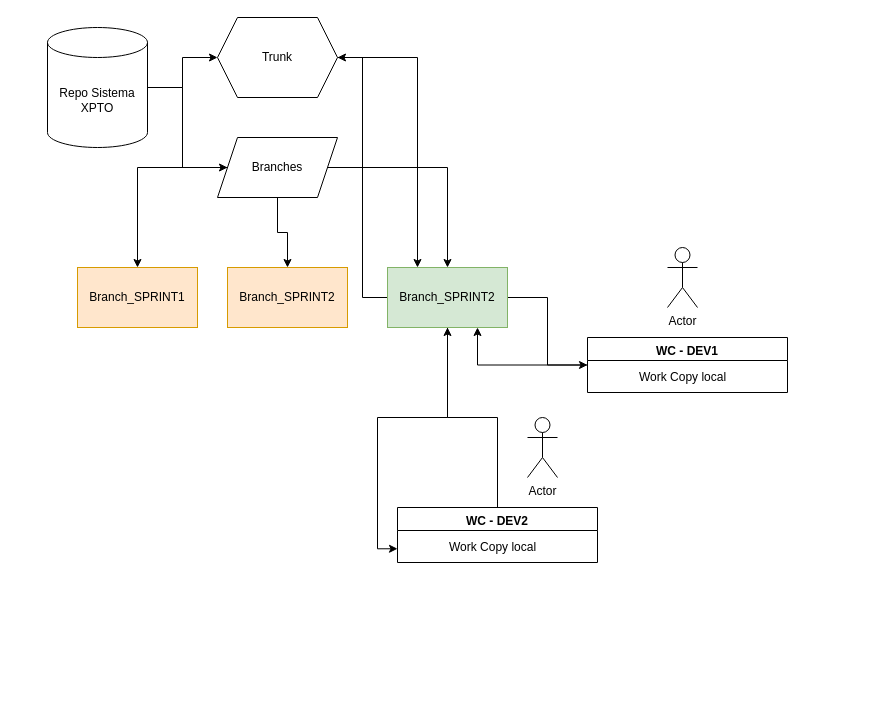
The draw.io diagram Diagrama sem nome.drawio in Lompzx/xpedu-ars-pa-sprint1, before the edit. Source tidied: cells renumbered, new cells numbered last; positions are measured from the earlier drawing's top-left corner, leaving out a move shared by most shapes. Both pictures are drawn from the tidied source at 100%, with x=0, y=0 at pixel (47, 17).
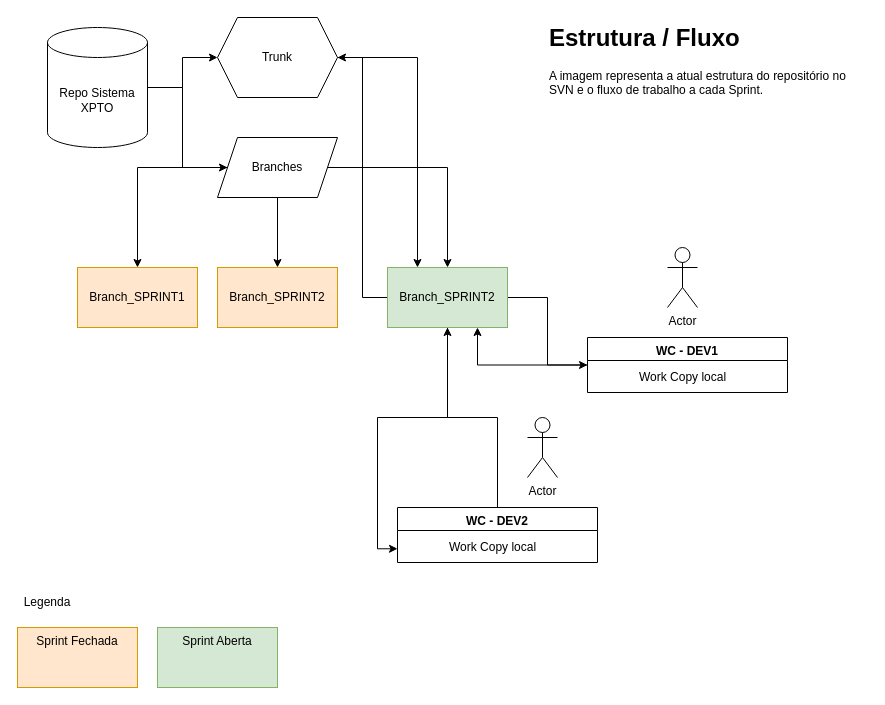
The same page after the edit.

What changed in the source:
```diff
@@
     <mxCell id="5" value="Branch_SPRINT2" style="rounded=0;whiteSpace=wrap;html=1;fillColor=#ffe6cc;strokeColor=#d79b00;" parent="1" vertex="1">
-      <mxGeometry x="180" y="250" width="120" height="60" as="geometry" />
+      <mxGeometry x="170" y="250" width="120" height="60" as="geometry" />
     </mxCell>
@@
+    <mxCell id="25" value="&lt;h1 style=&quot;margin-top: 0px;&quot;&gt;Estrutura / Fluxo&lt;/h1&gt;&lt;p&gt;A imagem representa a atual estrutura do repositório no SVN e o fluxo de trabalho a cada Sprint.&lt;/p&gt;" style="text;html=1;whiteSpace=wrap;overflow=hidden;rounded=0;fontFamily=Helvetica;fontSize=12;fontColor=default;" parent="1" vertex="1">
+      <mxGeometry x="500" width="320" height="90" as="geometry" />
+    </mxCell>
+    <mxCell id="26" value="Sprint Fechada" style="rounded=0;whiteSpace=wrap;html=1;strokeColor=#d79b00;align=center;verticalAlign=top;fontFamily=Helvetica;fontSize=12;fillColor=#ffe6cc;" parent="1" vertex="1">
+      <mxGeometry x="-30" y="610" width="120" height="60" as="geometry" />
+    </mxCell>
+    <mxCell id="27" value="Sprint Aberta" style="rounded=0;whiteSpace=wrap;html=1;strokeColor=#82b366;align=center;verticalAlign=top;fontFamily=Helvetica;fontSize=12;fillColor=#d5e8d4;" parent="1" vertex="1">
+      <mxGeometry x="110" y="610" width="120" height="60" as="geometry" />
+    </mxCell>
+    <mxCell id="28" value="Legenda" style="text;html=1;align=center;verticalAlign=middle;whiteSpace=wrap;rounded=0;fontFamily=Helvetica;fontSize=12;fontColor=default;" parent="1" vertex="1">
+      <mxGeometry x="-30" y="570" width="60" height="30" as="geometry" />
+    </mxCell>
```
